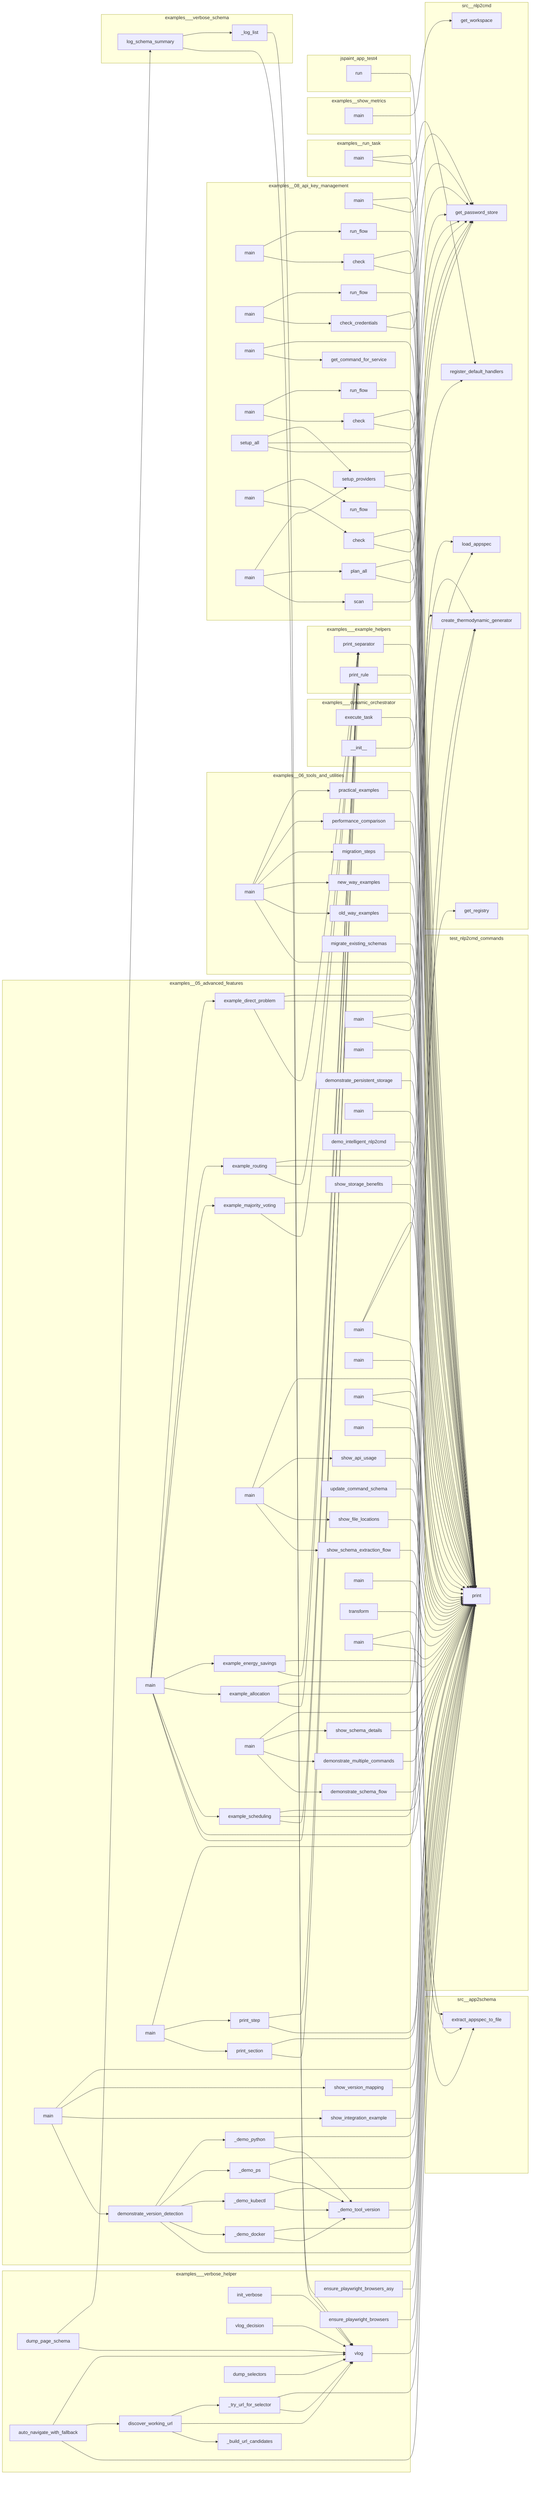
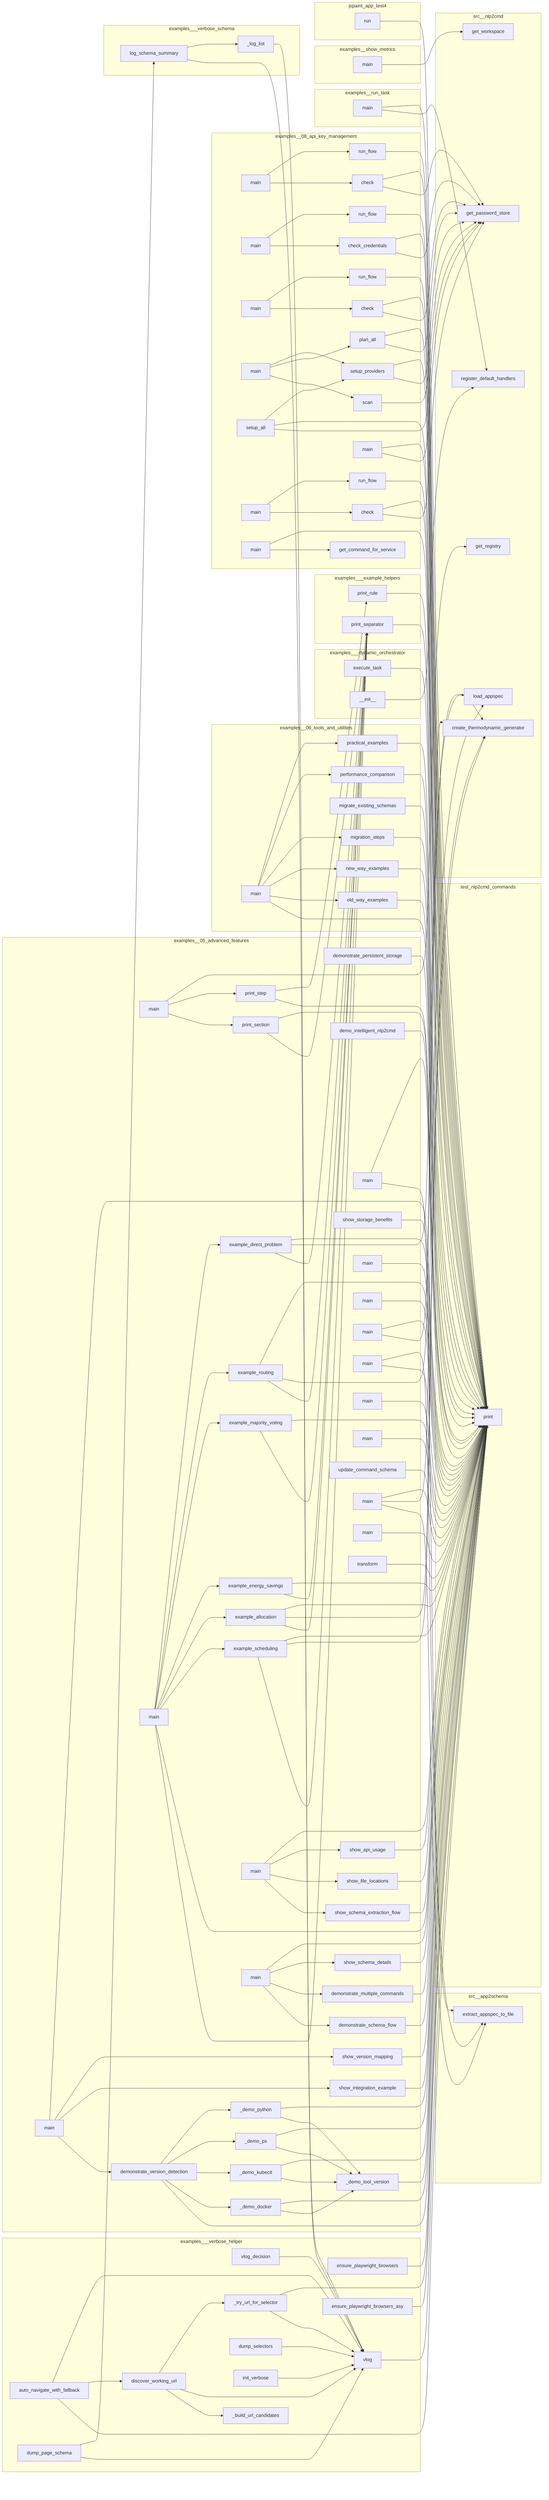
flowchart LR
- %% generated in 0.07s
+ %% generated in 0.17s
    subgraph examples__05_advanced_features
+         examples__05_advanced_features__dynamic_schemas__demo_persistent_storage__demonstrate_persistent_storage["demonstrate_persistent_storage"]
+         examples__05_advanced_features__thermodynamic_computing__example__example_scheduling["example_scheduling"]
+         examples__05_advanced_features__dynamic_schemas__demo_version_detection__show_integration_example["show_integration_example"]
+         examples__05_advanced_features__dynamic_schemas__demo_schema_flow__demonstrate_multiple_commands["demonstrate_multiple_commands"]
+         examples__05_advanced_features__dynamic_schemas__schema_flow_demo__show_api_usage["show_api_usage"]
+         examples__05_advanced_features__dynamic_schemas__demo_version_detection__main["main"]
+         examples__05_advanced_features__thermodynamic_computing__example__example_energy_savings["example_energy_savings"]
+         examples__05_advanced_features__dynamic_schemas__demo_intelligent_nlp2cmd__demo_intelligent_nlp2cmd["demo_intelligent_nlp2cmd"]
+         examples__05_advanced_features__dynamic_schemas__demo_version_detection___demo_docker["_demo_docker"]
+         examples__05_advanced_features__dynamic_schemas__example__main["main"]
+         examples__05_advanced_features__dynamic_schemas__demo_schema_flow__show_schema_details["show_schema_details"]
+         examples__05_advanced_features__dynamic_schemas__demo_version_detection___demo_kubectl["_demo_kubectl"]
+         examples__05_advanced_features__dynamic_schemas__demo_version_detection___demo_ps["_demo_ps"]
+         examples__05_advanced_features__dynamic_schemas__demo_persistent_storage__show_storage_benefits["show_storage_benefits"]
+         examples__05_advanced_features__dynamic_schemas__demo_schema_flow__demonstrate_schema_flow["demonstrate_schema_flow"]
+         examples__05_advanced_features__schema_driven_architecture__end_to_end_demo__main["main"]
+         examples__05_advanced_features__dynamic_schemas__demo_version_detection___demo_tool_version["_demo_tool_version"]
        examples__05_advanced_features__thermodynamic_computing__example__example_majority_voting["example_majority_voting"]
+         examples__05_advanced_features__schema_driven_architecture__02_decision_router__demo__main["main"]
+         examples__05_advanced_features__thermodynamic_computing__example__example_routing["example_routing"]
+         examples__05_advanced_features__dynamic_schemas__demo_version_detection__demonstrate_version_detection["demonstrate_version_detection"]
+         examples__05_advanced_features__dynamic_schemas__schema_flow_demo__show_schema_extraction_flow["show_schema_extraction_flow"]
+         examples__05_advanced_features__dynamic_schemas__simple_schema_demo__main["main"]
+         examples__05_advanced_features__schema_driven_architecture__end_to_end_demo__print_section["print_section"]
+         examples__05_advanced_features__schema_driven_architecture__manual_appspec__main["main"]
+         examples__05_advanced_features__dynamic_schemas__demo_enhanced__main["main"]
+         examples__05_advanced_features__schema_driven_architecture__end_to_end_demo__print_step["print_step"]
+         examples__05_advanced_features__dynamic_schemas__demo_version_detection___demo_python["_demo_python"]
+         examples__05_advanced_features__dynamic_schemas__schema_flow_demo__main["main"]
+         examples__05_advanced_features__thermodynamic_computing__example__main["main"]
+         examples__05_advanced_features__dynamic_schemas__schema_flow_demo__show_file_locations["show_file_locations"]
+         examples__05_advanced_features__schema_driven_architecture__03_llm_planner__demo__main["main"]
        examples__05_advanced_features__thermodynamic_computing__example__example_direct_problem["example_direct_problem"]
-         examples__05_advanced_features__dynamic_schemas__demo_version_detection__show_integration_example["show_integration_example"]
-         examples__05_advanced_features__dynamic_schemas__schema_flow_demo__show_schema_extraction_flow["show_schema_extraction_flow"]
-         examples__05_advanced_features__thermodynamic_computing__example__example_energy_savings["example_energy_savings"]
-         examples__05_advanced_features__schema_driven_architecture__manual_appspec__main["main"]
-         examples__05_advanced_features__dynamic_schemas__simple_schema_demo__main["main"]
-         examples__05_advanced_features__dynamic_schemas__demo_persistent_storage__demonstrate_persistent_storage["demonstrate_persistent_storage"]
-         examples__05_advanced_features__thermodynamic_computing__example__main["main"]
+         examples__05_advanced_features__dynamic_schemas__demo_schema_flow__main["main"]
+         examples__05_advanced_features__dynamic_schemas__demo_version_detection__show_version_mapping["show_version_mapping"]
+         examples__05_advanced_features__schema_driven_architecture__04_plan_executor__demo__main["main"]
+         examples__05_advanced_features__dynamic_schemas__demo_intelligent_nlp2cmd__IntelligentNLP2CMD__update_command_schema["update_command_schema"]
+         examples__05_advanced_features__schema_driven_architecture__mvp__main["main"]
        examples__05_advanced_features__schema_driven_architecture__05_result_aggregator__demo__main["main"]
-         examples__05_advanced_features__dynamic_schemas__demo_version_detection__main["main"]
-         examples__05_advanced_features__dynamic_schemas__demo_intelligent_nlp2cmd__demo_intelligent_nlp2cmd["demo_intelligent_nlp2cmd"]
-         examples__05_advanced_features__dynamic_schemas__demo_version_detection___demo_tool_version["_demo_tool_version"]
-         examples__05_advanced_features__dynamic_schemas__schema_flow_demo__main["main"]
-         examples__05_advanced_features__thermodynamic_computing__example__example_scheduling["example_scheduling"]
-         examples__05_advanced_features__dynamic_schemas__demo_schema_flow__demonstrate_schema_flow["demonstrate_schema_flow"]
-         examples__05_advanced_features__dynamic_schemas__demo_persistent_storage__show_storage_benefits["show_storage_benefits"]
-         examples__05_advanced_features__dynamic_schemas__schema_flow_demo__show_file_locations["show_file_locations"]
-         examples__05_advanced_features__schema_driven_architecture__mvp__main["main"]
-         examples__05_advanced_features__schema_driven_architecture__02_decision_router__demo__main["main"]
-         examples__05_advanced_features__schema_driven_architecture__end_to_end_demo__print_section["print_section"]
-         examples__05_advanced_features__dynamic_schemas__demo_schema_flow__main["main"]
-         examples__05_advanced_features__dynamic_schemas__demo_version_detection___demo_python["_demo_python"]
-         examples__05_advanced_features__thermodynamic_computing__example__example_routing["example_routing"]
-         examples__05_advanced_features__dynamic_schemas__demo_schema_flow__show_schema_details["show_schema_details"]
-         examples__05_advanced_features__schema_driven_architecture__end_to_end_demo__main["main"]
-         examples__05_advanced_features__dynamic_schemas__example__main["main"]
-         examples__05_advanced_features__dynamic_schemas__demo_version_detection__demonstrate_version_detection["demonstrate_version_detection"]
-         examples__05_advanced_features__schema_driven_architecture__03_llm_planner__demo__main["main"]
-         examples__05_advanced_features__dynamic_schemas__demo_version_detection___demo_ps["_demo_ps"]
-         examples__05_advanced_features__dynamic_schemas__demo_version_detection___demo_kubectl["_demo_kubectl"]
-         examples__05_advanced_features__dynamic_schemas__demo_schema_flow__demonstrate_multiple_commands["demonstrate_multiple_commands"]
-         examples__05_advanced_features__schema_driven_architecture__end_to_end_demo__print_step["print_step"]
-         examples__05_advanced_features__dynamic_schemas__demo_intelligent_nlp2cmd__IntelligentNLP2CMD__update_command_schema["update_command_schema"]
+         examples__05_advanced_features__dynamic_schemas__demo_intelligent_nlp2cmd__IntelligentNLP2CMD__transform["transform"]
        examples__05_advanced_features__thermodynamic_computing__example__example_allocation["example_allocation"]
-         examples__05_advanced_features__dynamic_schemas__demo_version_detection__show_version_mapping["show_version_mapping"]
-         examples__05_advanced_features__dynamic_schemas__schema_flow_demo__show_api_usage["show_api_usage"]
-         examples__05_advanced_features__dynamic_schemas__demo_version_detection___demo_docker["_demo_docker"]
-         examples__05_advanced_features__schema_driven_architecture__04_plan_executor__demo__main["main"]
-         examples__05_advanced_features__dynamic_schemas__demo_intelligent_nlp2cmd__IntelligentNLP2CMD__transform["transform"]
-         examples__05_advanced_features__dynamic_schemas__demo_enhanced__main["main"]
    end
    subgraph examples__06_tools_and_utilities
-         examples__06_tools_and_utilities__migration_tools__guide__performance_comparison["performance_comparison"]
-         examples__06_tools_and_utilities__migration_tools__guide__new_way_examples["new_way_examples"]
        examples__06_tools_and_utilities__migration_tools__guide__old_way_examples["old_way_examples"]
        examples__06_tools_and_utilities__migration_tools__guide__migration_steps["migration_steps"]
+         examples__06_tools_and_utilities__migration_tools__demo_versioned_schemas__migrate_existing_schemas["migrate_existing_schemas"]
+         examples__06_tools_and_utilities__migration_tools__guide__performance_comparison["performance_comparison"]
+         examples__06_tools_and_utilities__migration_tools__guide__practical_examples["practical_examples"]
+         examples__06_tools_and_utilities__migration_tools__guide__new_way_examples["new_way_examples"]
        examples__06_tools_and_utilities__migration_tools__guide__main["main"]
-         examples__06_tools_and_utilities__migration_tools__guide__practical_examples["practical_examples"]
-         examples__06_tools_and_utilities__migration_tools__demo_versioned_schemas__migrate_existing_schemas["migrate_existing_schemas"]
    end
    subgraph examples__08_api_key_management
-         examples__08_api_key_management__04_huggingface_token__run__main["main"]
-         examples__08_api_key_management__01_diagnose_credentials__run__main["main"]
-         examples__08_api_key_management__02_openrouter_key__run__main["main"]
-         examples__08_api_key_management__03_github_token__run__run_flow["run_flow"]
-         examples__08_api_key_management__06_multi_provider__run__plan_all["plan_all"]
-         examples__08_api_key_management__03_github_token__run__check["check"]
-         examples__08_api_key_management__01_diagnose_credentials_nlp2cmd__main["main"]
        examples__08_api_key_management__05_openai_key__run__run_flow["run_flow"]
        examples__08_api_key_management__05_openai_key__run__main["main"]
-         examples__08_api_key_management__06_multi_provider__run__scan["scan"]
+         examples__08_api_key_management__02_openrouter_key__run__main["main"]
+         examples__08_api_key_management__04_huggingface_token__run__main["main"]
+         examples__08_api_key_management__03_github_token__run__run_flow["run_flow"]
+         examples__08_api_key_management__03_github_token__run__check["check"]
+         examples__08_api_key_management__04_huggingface_token__run__check["check"]
+         examples__08_api_key_management__04_huggingface_token__run__run_flow["run_flow"]
+         examples__08_api_key_management__06_multi_provider__run__main["main"]
+         examples__08_api_key_management__01_diagnose_credentials_nlp2cmd__get_command_for_service["get_command_for_service"]
        examples__08_api_key_management__06_multi_provider__run__setup_providers["setup_providers"]
-         examples__08_api_key_management__02_openrouter_key__run__check_credentials["check_credentials"]
-         examples__08_api_key_management__04_huggingface_token__run__run_flow["run_flow"]
        examples__08_api_key_management__06_multi_provider__run__setup_all["setup_all"]
        examples__08_api_key_management__03_github_token__run__main["main"]
-         examples__08_api_key_management__01_diagnose_credentials_nlp2cmd__get_command_for_service["get_command_for_service"]
        examples__08_api_key_management__02_openrouter_key__run__run_flow["run_flow"]
-         examples__08_api_key_management__06_multi_provider__run__main["main"]
-         examples__08_api_key_management__04_huggingface_token__run__check["check"]
        examples__08_api_key_management__05_openai_key__run__check["check"]
+         examples__08_api_key_management__02_openrouter_key__run__check_credentials["check_credentials"]
+         examples__08_api_key_management__06_multi_provider__run__scan["scan"]
+         examples__08_api_key_management__01_diagnose_credentials__run__main["main"]
+         examples__08_api_key_management__06_multi_provider__run__plan_all["plan_all"]
+         examples__08_api_key_management__01_diagnose_credentials_nlp2cmd__main["main"]
    end
    subgraph examples___dynamic_orchestrator
        examples___dynamic_orchestrator__DynamicOrchestrator__execute_task["execute_task"]
        examples___dynamic_orchestrator__DynamicOrchestrator____init__["__init__"]
    end
    subgraph examples___example_helpers
+         examples___example_helpers__print_separator["print_separator"]
        examples___example_helpers__print_rule["print_rule"]
-         examples___example_helpers__print_separator["print_separator"]
    end
    subgraph examples___verbose_helper
-         examples___verbose_helper__discover_working_url["discover_working_url"]
-         examples___verbose_helper__dump_page_schema["dump_page_schema"]
-         examples___verbose_helper__init_verbose["init_verbose"]
        examples___verbose_helper__auto_navigate_with_fallback["auto_navigate_with_fallback"]
        examples___verbose_helper__vlog_decision["vlog_decision"]
-         examples___verbose_helper___build_url_candidates["_build_url_candidates"]
-         examples___verbose_helper__ensure_playwright_browsers_async["ensure_playwright_browsers_asy"]
+         examples___verbose_helper__discover_working_url["discover_working_url"]
        examples___verbose_helper___try_url_for_selector["_try_url_for_selector"]
        examples___verbose_helper__ensure_playwright_browsers["ensure_playwright_browsers"]
+         examples___verbose_helper___build_url_candidates["_build_url_candidates"]
        examples___verbose_helper__vlog["vlog"]
        examples___verbose_helper__dump_selectors["dump_selectors"]
+         examples___verbose_helper__dump_page_schema["dump_page_schema"]
+         examples___verbose_helper__ensure_playwright_browsers_async["ensure_playwright_browsers_asy"]
+         examples___verbose_helper__init_verbose["init_verbose"]
    end
    subgraph examples___verbose_schema
+         examples___verbose_schema___log_list["_log_list"]
        examples___verbose_schema__log_schema_summary["log_schema_summary"]
-         examples___verbose_schema___log_list["_log_list"]
    end
    subgraph examples__run_task
        examples__run_task__main["main"]
    end
    subgraph examples__show_metrics
        examples__show_metrics__main["main"]
    end
    subgraph jspaint_app_test4
        jspaint_app_test4__run["run"]
    end
    subgraph src__app2schema
        src__app2schema__extract__extract_appspec_to_file["extract_appspec_to_file"]
    end
    subgraph src__nlp2cmd
+         src__nlp2cmd__registry__get_registry__get_registry["get_registry"]
+         src__nlp2cmd__appspec_runtime__load_appspec["load_appspec"]
+         src__nlp2cmd__orchestration__handlers__register_default_handlers["register_default_handlers"]
        src__nlp2cmd__orchestration__learned_path__get_workspace["get_workspace"]
-         src__nlp2cmd__orchestration__handlers__register_default_handlers["register_default_handlers"]
-         src__nlp2cmd__appspec_runtime__load_appspec["load_appspec"]
        src__nlp2cmd__generation__thermodynamic__create_thermodynamic_generator["create_thermodynamic_generator"]
        src__nlp2cmd__automation__password_store__get_password_store["get_password_store"]
-         src__nlp2cmd__registry__get_registry__get_registry["get_registry"]
    end
    subgraph test_nlp2cmd_commands
        test_nlp2cmd_commands__print["print"]
    end
    jspaint_app_test4__run --> test_nlp2cmd_commands__print
    examples__show_metrics__main --> src__nlp2cmd__orchestration__learned_path__get_workspace
    examples___verbose_schema___log_list --> examples___verbose_helper__vlog
    examples___verbose_schema__log_schema_summary --> examples___verbose_helper__vlog
    examples___verbose_schema__log_schema_summary --> examples___verbose_schema___log_list
    examples___dynamic_orchestrator__DynamicOrchestrator____init__ --> src__nlp2cmd__orchestration__handlers__register_default_handlers
    examples___dynamic_orchestrator__DynamicOrchestrator__execute_task --> test_nlp2cmd_commands__print
    examples___example_helpers__print_separator --> test_nlp2cmd_commands__print
    examples___example_helpers__print_rule --> test_nlp2cmd_commands__print
    examples___verbose_helper__init_verbose --> examples___verbose_helper__vlog
    examples___verbose_helper__vlog --> test_nlp2cmd_commands__print
    examples___verbose_helper__dump_page_schema --> examples___verbose_helper__vlog
    examples___verbose_helper__dump_page_schema --> examples___verbose_schema__log_schema_summary
    examples___verbose_helper__dump_selectors --> examples___verbose_helper__vlog
    examples___verbose_helper__vlog_decision --> examples___verbose_helper__vlog
    examples___verbose_helper__ensure_playwright_browsers --> test_nlp2cmd_commands__print
    examples___verbose_helper__ensure_playwright_browsers_async --> test_nlp2cmd_commands__print
    examples___verbose_helper___try_url_for_selector --> examples___verbose_helper__vlog
    examples___verbose_helper___try_url_for_selector --> test_nlp2cmd_commands__print
    examples___verbose_helper__discover_working_url --> examples___verbose_helper___build_url_candidates
    examples___verbose_helper__discover_working_url --> examples___verbose_helper__vlog
    examples___verbose_helper__discover_working_url --> examples___verbose_helper___try_url_for_selector
    examples___verbose_helper__auto_navigate_with_fallback --> test_nlp2cmd_commands__print
    examples___verbose_helper__auto_navigate_with_fallback --> examples___verbose_helper__discover_working_url
    examples___verbose_helper__auto_navigate_with_fallback --> examples___verbose_helper__vlog
    examples__run_task__main --> src__nlp2cmd__orchestration__handlers__register_default_handlers
    examples__run_task__main --> test_nlp2cmd_commands__print
    examples__05_advanced_features__thermodynamic_computing__example__example_scheduling --> examples___example_helpers__print_separator
    examples__05_advanced_features__thermodynamic_computing__example__example_scheduling --> src__nlp2cmd__generation__thermodynamic__create_thermodynamic_generator
    examples__05_advanced_features__thermodynamic_computing__example__example_scheduling --> test_nlp2cmd_commands__print
    examples__05_advanced_features__thermodynamic_computing__example__example_allocation --> examples___example_helpers__print_separator
    examples__05_advanced_features__thermodynamic_computing__example__example_allocation --> src__nlp2cmd__generation__thermodynamic__create_thermodynamic_generator
    examples__05_advanced_features__thermodynamic_computing__example__example_allocation --> test_nlp2cmd_commands__print
    examples__05_advanced_features__thermodynamic_computing__example__example_energy_savings --> examples___example_helpers__print_separator
    examples__05_advanced_features__thermodynamic_computing__example__example_energy_savings --> test_nlp2cmd_commands__print
    examples__05_advanced_features__thermodynamic_computing__example__example_majority_voting --> examples___example_helpers__print_separator
    examples__05_advanced_features__thermodynamic_computing__example__example_majority_voting --> test_nlp2cmd_commands__print
    examples__05_advanced_features__thermodynamic_computing__example__example_routing --> examples___example_helpers__print_separator
    examples__05_advanced_features__thermodynamic_computing__example__example_routing --> src__nlp2cmd__generation__thermodynamic__create_thermodynamic_generator
    examples__05_advanced_features__thermodynamic_computing__example__example_routing --> test_nlp2cmd_commands__print
    examples__05_advanced_features__thermodynamic_computing__example__example_direct_problem --> examples___example_helpers__print_separator
    examples__05_advanced_features__thermodynamic_computing__example__example_direct_problem --> src__nlp2cmd__generation__thermodynamic__create_thermodynamic_generator
    examples__05_advanced_features__thermodynamic_computing__example__example_direct_problem --> test_nlp2cmd_commands__print
    examples__05_advanced_features__thermodynamic_computing__example__main --> examples___example_helpers__print_separator
    examples__05_advanced_features__thermodynamic_computing__example__main --> test_nlp2cmd_commands__print
    examples__05_advanced_features__thermodynamic_computing__example__main --> examples__05_advanced_features__thermodynamic_computing__example__example_scheduling
    examples__05_advanced_features__thermodynamic_computing__example__main --> examples__05_advanced_features__thermodynamic_computing__example__example_allocation
    examples__05_advanced_features__thermodynamic_computing__example__main --> examples__05_advanced_features__thermodynamic_computing__example__example_energy_savings
    examples__05_advanced_features__thermodynamic_computing__example__main --> examples__05_advanced_features__thermodynamic_computing__example__example_majority_voting
    examples__05_advanced_features__thermodynamic_computing__example__main --> examples__05_advanced_features__thermodynamic_computing__example__example_routing
    examples__05_advanced_features__thermodynamic_computing__example__main --> examples__05_advanced_features__thermodynamic_computing__example__example_direct_problem
    examples__05_advanced_features__schema_driven_architecture__manual_appspec__main --> src__nlp2cmd__appspec_runtime__load_appspec
    examples__05_advanced_features__schema_driven_architecture__manual_appspec__main --> test_nlp2cmd_commands__print
    examples__05_advanced_features__schema_driven_architecture__end_to_end_demo__print_section --> examples___example_helpers__print_separator
    examples__05_advanced_features__schema_driven_architecture__end_to_end_demo__print_section --> test_nlp2cmd_commands__print
    examples__05_advanced_features__schema_driven_architecture__end_to_end_demo__print_step --> test_nlp2cmd_commands__print
    examples__05_advanced_features__schema_driven_architecture__end_to_end_demo__print_step --> examples___example_helpers__print_rule
    examples__05_advanced_features__schema_driven_architecture__end_to_end_demo__main --> examples__05_advanced_features__schema_driven_architecture__end_to_end_demo__print_section
    examples__05_advanced_features__schema_driven_architecture__end_to_end_demo__main --> examples__05_advanced_features__schema_driven_architecture__end_to_end_demo__print_step
    examples__05_advanced_features__schema_driven_architecture__end_to_end_demo__main --> src__nlp2cmd__registry__get_registry__get_registry
    examples__05_advanced_features__schema_driven_architecture__mvp__main --> src__app2schema__extract__extract_appspec_to_file
    examples__05_advanced_features__schema_driven_architecture__mvp__main --> src__nlp2cmd__appspec_runtime__load_appspec
    examples__05_advanced_features__schema_driven_architecture__mvp__main --> test_nlp2cmd_commands__print
    examples__05_advanced_features__schema_driven_architecture__05_result_aggregator__demo__main --> test_nlp2cmd_commands__print
    examples__05_advanced_features__schema_driven_architecture__02_decision_router__demo__main --> test_nlp2cmd_commands__print
    examples__05_advanced_features__schema_driven_architecture__04_plan_executor__demo__main --> test_nlp2cmd_commands__print
    examples__05_advanced_features__schema_driven_architecture__03_llm_planner__demo__main --> test_nlp2cmd_commands__print
    examples__05_advanced_features__dynamic_schemas__simple_schema_demo__main --> test_nlp2cmd_commands__print
    examples__05_advanced_features__dynamic_schemas__demo_intelligent_nlp2cmd__IntelligentNLP2CMD__transform --> test_nlp2cmd_commands__print
    examples__05_advanced_features__dynamic_schemas__demo_intelligent_nlp2cmd__IntelligentNLP2CMD__update_command_schema --> test_nlp2cmd_commands__print
    examples__05_advanced_features__dynamic_schemas__demo_intelligent_nlp2cmd__demo_intelligent_nlp2cmd --> test_nlp2cmd_commands__print
    examples__05_advanced_features__dynamic_schemas__demo_persistent_storage__demonstrate_persistent_storage --> test_nlp2cmd_commands__print
    examples__05_advanced_features__dynamic_schemas__demo_persistent_storage__show_storage_benefits --> test_nlp2cmd_commands__print
    examples__05_advanced_features__dynamic_schemas__demo_enhanced__main --> test_nlp2cmd_commands__print
    examples__05_advanced_features__dynamic_schemas__demo_enhanced__main --> src__app2schema__extract__extract_appspec_to_file
    examples__05_advanced_features__dynamic_schemas__demo_schema_flow__demonstrate_schema_flow --> test_nlp2cmd_commands__print
    examples__05_advanced_features__dynamic_schemas__demo_schema_flow__demonstrate_multiple_commands --> test_nlp2cmd_commands__print
    examples__05_advanced_features__dynamic_schemas__demo_schema_flow__show_schema_details --> test_nlp2cmd_commands__print
    examples__05_advanced_features__dynamic_schemas__demo_schema_flow__main --> examples__05_advanced_features__dynamic_schemas__demo_schema_flow__demonstrate_schema_flow
    examples__05_advanced_features__dynamic_schemas__demo_schema_flow__main --> examples__05_advanced_features__dynamic_schemas__demo_schema_flow__demonstrate_multiple_commands
    examples__05_advanced_features__dynamic_schemas__demo_schema_flow__main --> examples__05_advanced_features__dynamic_schemas__demo_schema_flow__show_schema_details
    examples__05_advanced_features__dynamic_schemas__demo_schema_flow__main --> test_nlp2cmd_commands__print
    examples__05_advanced_features__dynamic_schemas__demo_version_detection___demo_tool_version --> test_nlp2cmd_commands__print
    examples__05_advanced_features__dynamic_schemas__demo_version_detection___demo_docker --> examples__05_advanced_features__dynamic_schemas__demo_version_detection___demo_tool_version
    examples__05_advanced_features__dynamic_schemas__demo_version_detection___demo_docker --> test_nlp2cmd_commands__print
    examples__05_advanced_features__dynamic_schemas__demo_version_detection___demo_kubectl --> examples__05_advanced_features__dynamic_schemas__demo_version_detection___demo_tool_version
    examples__05_advanced_features__dynamic_schemas__demo_version_detection___demo_kubectl --> test_nlp2cmd_commands__print
    examples__05_advanced_features__dynamic_schemas__demo_version_detection___demo_ps --> examples__05_advanced_features__dynamic_schemas__demo_version_detection___demo_tool_version
    examples__05_advanced_features__dynamic_schemas__demo_version_detection___demo_ps --> test_nlp2cmd_commands__print
    examples__05_advanced_features__dynamic_schemas__demo_version_detection___demo_python --> examples__05_advanced_features__dynamic_schemas__demo_version_detection___demo_tool_version
    examples__05_advanced_features__dynamic_schemas__demo_version_detection___demo_python --> test_nlp2cmd_commands__print
    examples__05_advanced_features__dynamic_schemas__demo_version_detection__demonstrate_version_detection --> test_nlp2cmd_commands__print
    examples__05_advanced_features__dynamic_schemas__demo_version_detection__demonstrate_version_detection --> examples__05_advanced_features__dynamic_schemas__demo_version_detection___demo_docker
    examples__05_advanced_features__dynamic_schemas__demo_version_detection__demonstrate_version_detection --> examples__05_advanced_features__dynamic_schemas__demo_version_detection___demo_kubectl
    examples__05_advanced_features__dynamic_schemas__demo_version_detection__demonstrate_version_detection --> examples__05_advanced_features__dynamic_schemas__demo_version_detection___demo_ps
    examples__05_advanced_features__dynamic_schemas__demo_version_detection__demonstrate_version_detection --> examples__05_advanced_features__dynamic_schemas__demo_version_detection___demo_python
    examples__05_advanced_features__dynamic_schemas__demo_version_detection__show_integration_example --> test_nlp2cmd_commands__print
    examples__05_advanced_features__dynamic_schemas__demo_version_detection__show_version_mapping --> test_nlp2cmd_commands__print
    examples__05_advanced_features__dynamic_schemas__demo_version_detection__main --> examples__05_advanced_features__dynamic_schemas__demo_version_detection__demonstrate_version_detection
    examples__05_advanced_features__dynamic_schemas__demo_version_detection__main --> examples__05_advanced_features__dynamic_schemas__demo_version_detection__show_integration_example
    examples__05_advanced_features__dynamic_schemas__demo_version_detection__main --> examples__05_advanced_features__dynamic_schemas__demo_version_detection__show_version_mapping
    examples__05_advanced_features__dynamic_schemas__demo_version_detection__main --> test_nlp2cmd_commands__print
    examples__05_advanced_features__dynamic_schemas__schema_flow_demo__show_schema_extraction_flow --> test_nlp2cmd_commands__print
    examples__05_advanced_features__dynamic_schemas__schema_flow_demo__show_file_locations --> test_nlp2cmd_commands__print
    examples__05_advanced_features__dynamic_schemas__schema_flow_demo__show_api_usage --> test_nlp2cmd_commands__print
    examples__05_advanced_features__dynamic_schemas__schema_flow_demo__main --> examples__05_advanced_features__dynamic_schemas__schema_flow_demo__show_schema_extraction_flow
    examples__05_advanced_features__dynamic_schemas__schema_flow_demo__main --> examples__05_advanced_features__dynamic_schemas__schema_flow_demo__show_file_locations
    examples__05_advanced_features__dynamic_schemas__schema_flow_demo__main --> examples__05_advanced_features__dynamic_schemas__schema_flow_demo__show_api_usage
    examples__05_advanced_features__dynamic_schemas__schema_flow_demo__main --> test_nlp2cmd_commands__print
    examples__05_advanced_features__dynamic_schemas__example__main --> src__app2schema__extract__extract_appspec_to_file
    examples__05_advanced_features__dynamic_schemas__example__main --> test_nlp2cmd_commands__print
    examples__08_api_key_management__01_diagnose_credentials_nlp2cmd__main --> examples__08_api_key_management__01_diagnose_credentials_nlp2cmd__get_command_for_service
    examples__08_api_key_management__01_diagnose_credentials_nlp2cmd__main --> test_nlp2cmd_commands__print
    examples__08_api_key_management__05_openai_key__run__check --> src__nlp2cmd__automation__password_store__get_password_store
    examples__08_api_key_management__05_openai_key__run__check --> test_nlp2cmd_commands__print
    examples__08_api_key_management__05_openai_key__run__run_flow --> test_nlp2cmd_commands__print
    examples__08_api_key_management__05_openai_key__run__main --> examples__08_api_key_management__05_openai_key__run__check
    examples__08_api_key_management__05_openai_key__run__main --> examples__08_api_key_management__05_openai_key__run__run_flow
    examples__08_api_key_management__01_diagnose_credentials__run__main --> src__nlp2cmd__automation__password_store__get_password_store
    examples__08_api_key_management__01_diagnose_credentials__run__main --> test_nlp2cmd_commands__print
    examples__08_api_key_management__06_multi_provider__run__scan --> src__nlp2cmd__automation__password_store__get_password_store
    examples__08_api_key_management__06_multi_provider__run__plan_all --> src__nlp2cmd__automation__password_store__get_password_store
    examples__08_api_key_management__06_multi_provider__run__plan_all --> test_nlp2cmd_commands__print
    examples__08_api_key_management__06_multi_provider__run__setup_providers --> src__nlp2cmd__automation__password_store__get_password_store
    examples__08_api_key_management__06_multi_provider__run__setup_providers --> test_nlp2cmd_commands__print
    examples__08_api_key_management__06_multi_provider__run__setup_all --> src__nlp2cmd__automation__password_store__get_password_store
    examples__08_api_key_management__06_multi_provider__run__setup_all --> test_nlp2cmd_commands__print
    examples__08_api_key_management__06_multi_provider__run__setup_all --> examples__08_api_key_management__06_multi_provider__run__setup_providers
    examples__08_api_key_management__06_multi_provider__run__main --> examples__08_api_key_management__06_multi_provider__run__scan
    examples__08_api_key_management__06_multi_provider__run__main --> examples__08_api_key_management__06_multi_provider__run__plan_all
    examples__08_api_key_management__06_multi_provider__run__main --> examples__08_api_key_management__06_multi_provider__run__setup_providers
    examples__08_api_key_management__02_openrouter_key__run__check_credentials --> src__nlp2cmd__automation__password_store__get_password_store
    examples__08_api_key_management__02_openrouter_key__run__check_credentials --> test_nlp2cmd_commands__print
    examples__08_api_key_management__02_openrouter_key__run__run_flow --> test_nlp2cmd_commands__print
    examples__08_api_key_management__02_openrouter_key__run__main --> examples__08_api_key_management__02_openrouter_key__run__check_credentials
    examples__08_api_key_management__02_openrouter_key__run__main --> examples__08_api_key_management__02_openrouter_key__run__run_flow
    examples__08_api_key_management__03_github_token__run__check --> src__nlp2cmd__automation__password_store__get_password_store
    examples__08_api_key_management__03_github_token__run__check --> test_nlp2cmd_commands__print
    examples__08_api_key_management__03_github_token__run__run_flow --> test_nlp2cmd_commands__print
    examples__08_api_key_management__03_github_token__run__main --> examples__08_api_key_management__03_github_token__run__check
    examples__08_api_key_management__03_github_token__run__main --> examples__08_api_key_management__03_github_token__run__run_flow
    examples__08_api_key_management__04_huggingface_token__run__check --> src__nlp2cmd__automation__password_store__get_password_store
    examples__08_api_key_management__04_huggingface_token__run__check --> test_nlp2cmd_commands__print
    examples__08_api_key_management__04_huggingface_token__run__run_flow --> test_nlp2cmd_commands__print
    examples__08_api_key_management__04_huggingface_token__run__main --> examples__08_api_key_management__04_huggingface_token__run__check
    examples__08_api_key_management__04_huggingface_token__run__main --> examples__08_api_key_management__04_huggingface_token__run__run_flow
    examples__06_tools_and_utilities__migration_tools__guide__old_way_examples --> test_nlp2cmd_commands__print
    examples__06_tools_and_utilities__migration_tools__guide__new_way_examples --> test_nlp2cmd_commands__print
    examples__06_tools_and_utilities__migration_tools__guide__migration_steps --> test_nlp2cmd_commands__print
    examples__06_tools_and_utilities__migration_tools__guide__performance_comparison --> test_nlp2cmd_commands__print
    examples__06_tools_and_utilities__migration_tools__guide__practical_examples --> test_nlp2cmd_commands__print
    examples__06_tools_and_utilities__migration_tools__guide__main --> test_nlp2cmd_commands__print
    examples__06_tools_and_utilities__migration_tools__guide__main --> examples__06_tools_and_utilities__migration_tools__guide__old_way_examples
    examples__06_tools_and_utilities__migration_tools__guide__main --> examples__06_tools_and_utilities__migration_tools__guide__new_way_examples
    examples__06_tools_and_utilities__migration_tools__guide__main --> examples__06_tools_and_utilities__migration_tools__guide__migration_steps
    examples__06_tools_and_utilities__migration_tools__guide__main --> examples__06_tools_and_utilities__migration_tools__guide__performance_comparison
    examples__06_tools_and_utilities__migration_tools__guide__main --> examples__06_tools_and_utilities__migration_tools__guide__practical_examples
    examples__06_tools_and_utilities__migration_tools__demo_versioned_schemas__migrate_existing_schemas --> test_nlp2cmd_commands__print
